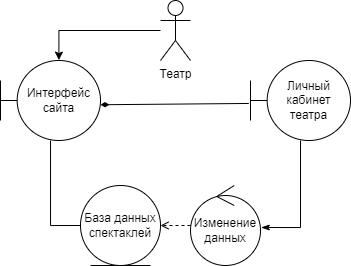
This is src/pract2/gall/uml_fethe_chang.png from yarosshest/MIREA-AnalysisOfSystems, a draw.io export, as it was before one commit. Source tidied: cells renumbered, new cells last; positions are measured from the earlier drawing's top-left corner, leaving out a move shared by most shapes. Its diagram source:
```xml
<mxGraphModel>
  <root>
    <mxCell id="0" />
    <mxCell id="1" parent="0" />
    <mxCell id="2" style="edgeStyle=orthogonalEdgeStyle;rounded=0;jettySize=auto;html=1;entryX=0;entryY=0.5;entryDx=0;entryDy=0;endArrow=none;endFill=0;" parent="1" edge="1" source="3" target="4">
      <mxGeometry relative="1" as="geometry" />
    </mxCell>
    <mxCell id="3" value="Интерфейс сайта" style="shape=umlBoundary;whiteSpace=wrap;html=1;" parent="1" vertex="1">
      <mxGeometry y="60" width="100" height="80" as="geometry" />
    </mxCell>
    <mxCell id="4" value="База данных спектаклей" style="ellipse;shape=umlEntity;whiteSpace=wrap;html=1;" parent="1" vertex="1">
      <mxGeometry x="80" y="185" width="80" height="80" as="geometry" />
    </mxCell>
    <mxCell id="5" style="edgeStyle=orthogonalEdgeStyle;rounded=0;jettySize=auto;html=1;endArrow=open;endFill=0;dashed=1;" parent="1" edge="1" source="6" target="4">
      <mxGeometry relative="1" as="geometry">
        <Array as="points">
          <mxPoint x="140" y="240" />
        </Array>
      </mxGeometry>
    </mxCell>
    <mxCell id="6" value="Изменение данных" style="ellipse;shape=umlControl;whiteSpace=wrap;html=1;" parent="1" vertex="1">
      <mxGeometry x="190" y="185" width="70" height="80" as="geometry" />
    </mxCell>
    <mxCell id="7" style="edgeStyle=orthogonalEdgeStyle;rounded=0;jettySize=auto;html=1;strokeWidth=1;endArrow=classicThin;endFill=1;entryX=1.01;entryY=0.525;entryDx=0;entryDy=0;entryPerimeter=0;" parent="1" edge="1" source="8" target="6">
      <mxGeometry relative="1" as="geometry" />
    </mxCell>
    <mxCell id="8" value="Личный кабинет театра" style="shape=umlBoundary;whiteSpace=wrap;html=1;" parent="1" vertex="1">
      <mxGeometry x="250" y="60" width="100" height="80" as="geometry" />
    </mxCell>
    <mxCell id="9" style="edgeStyle=orthogonalEdgeStyle;rounded=0;jettySize=auto;html=1;entryX=0.584;entryY=-0.005;entryDx=0;entryDy=0;entryPerimeter=0;strokeWidth=1;endArrow=classic;endFill=1;" parent="1" edge="1" source="10" target="3">
      <mxGeometry relative="1" as="geometry" />
    </mxCell>
    <mxCell id="10" value="Театр" style="shape=umlActor;verticalLabelPosition=bottom;verticalAlign=top;html=1;outlineConnect=0;fillColor=none;" parent="1" vertex="1">
      <mxGeometry x="160" width="30" height="60" as="geometry" />
    </mxCell>
    <mxCell id="11" style="endArrow=diamondThin;html=1;rounded=0;exitX=-0.017;exitY=0.537;exitDx=0;exitDy=0;exitPerimeter=0;endFill=1;entryX=1;entryY=0.553;entryDx=0;entryDy=0;entryPerimeter=0;strokeWidth=1;" parent="1" edge="1" source="8" target="3">
      <mxGeometry relative="1" as="geometry" />
    </mxCell>
  </root>
</mxGraphModel>
```
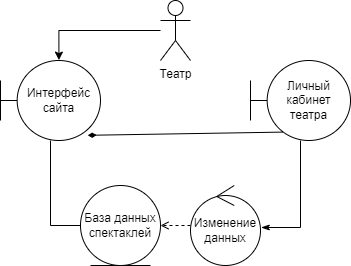
After the change.

What changed in the source:
```diff
@@ -33,7 +33,7 @@
     <mxCell id="10" value="Театр" style="shape=umlActor;verticalLabelPosition=bottom;verticalAlign=top;html=1;outlineConnect=0;fillColor=none;" parent="1" vertex="1">
       <mxGeometry x="160" width="30" height="60" as="geometry" />
     </mxCell>
-    <mxCell id="11" style="endArrow=diamondThin;html=1;rounded=0;exitX=-0.017;exitY=0.537;exitDx=0;exitDy=0;exitPerimeter=0;endFill=1;entryX=1;entryY=0.553;entryDx=0;entryDy=0;entryPerimeter=0;strokeWidth=1;" parent="1" edge="1" source="8" target="3">
+    <mxCell id="11" style="endArrow=diamondThin;html=1;rounded=0;exitX=0.324;exitY=0.895;exitDx=0;exitDy=0;exitPerimeter=0;endFill=1;entryX=0.872;entryY=0.935;entryDx=0;entryDy=0;entryPerimeter=0;strokeWidth=1;" parent="1" edge="1" source="8" target="3">
       <mxGeometry relative="1" as="geometry" />
     </mxCell>
   </root>
```
